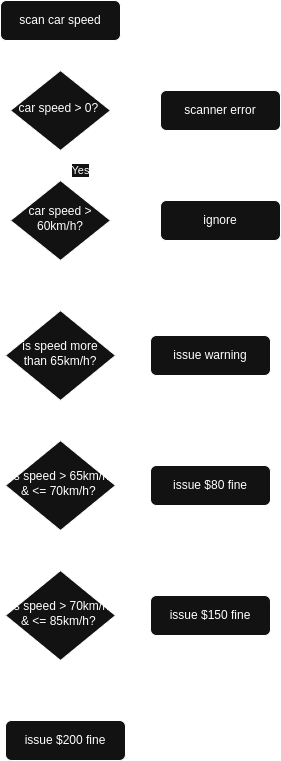
Above: lab4ex5.png in Chxshire22/FoundationsOfProg (draw.io), before the change. Source tidied: cells renumbered, new cells last; positions are measured from the earlier drawing's top-left corner, leaving out a move shared by most shapes.
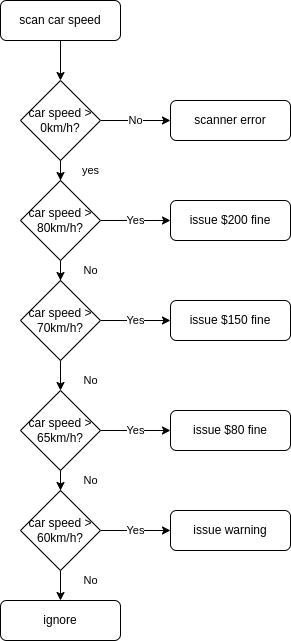
After the commit.

Diff of the diagram source:
```diff
@@ -2,99 +2,74 @@
   <root>
     <mxCell id="0" />
     <mxCell id="1" parent="0" />
+    <mxCell id="25" style="edgeStyle=orthogonalEdgeStyle;rounded=0;jettySize=auto;html=1;" parent="1" edge="1" source="2" target="28">
+      <mxGeometry relative="1" as="geometry" />
+    </mxCell>
     <mxCell id="2" value="scan car speed" style="rounded=1;whiteSpace=wrap;html=1;fontSize=12;glass=0;strokeWidth=1;shadow=0;" parent="1" vertex="1">
-      <mxGeometry width="120" height="40" as="geometry" />
+      <mxGeometry x="-10" y="10" width="120" height="40" as="geometry" />
     </mxCell>
-    <mxCell id="3" value="Yes" style="rounded=0;html=1;jettySize=auto;fontSize=11;endArrow=block;endFill=0;endSize=8;strokeWidth=1;shadow=0;labelBackgroundColor=none;edgeStyle=orthogonalEdgeStyle;" parent="1" edge="1" source="5" target="9">
-      <mxGeometry y="20" relative="1" as="geometry" />
-    </mxCell>
-    <mxCell id="4" value="No" style="edgeStyle=orthogonalEdgeStyle;rounded=0;html=1;jettySize=auto;fontSize=11;endArrow=block;endFill=0;endSize=8;strokeWidth=1;shadow=0;labelBackgroundColor=none;" parent="1" edge="1" target="6">
-      <mxGeometry y="10" relative="1" as="geometry">
-        <mxPoint x="110" y="220" as="sourcePoint" />
-      </mxGeometry>
-    </mxCell>
+    <mxCell id="6" value="ignore" style="rounded=1;whiteSpace=wrap;html=1;fontSize=12;glass=0;strokeWidth=1;shadow=0;" parent="1" vertex="1">
+      <mxGeometry x="-10" y="610" width="120" height="40" as="geometry" />
+    </mxCell>
+    <mxCell id="10" value="issue warning" style="rounded=1;whiteSpace=wrap;html=1;fontSize=12;glass=0;strokeWidth=1;shadow=0;" parent="1" vertex="1">
+      <mxGeometry x="160" y="520" width="120" height="40" as="geometry" />
+    </mxCell>
+    <mxCell id="13" value="issue $80 fine" style="rounded=1;whiteSpace=wrap;html=1;fontSize=12;glass=0;strokeWidth=1;shadow=0;" parent="1" vertex="1">
+      <mxGeometry x="160" y="420" width="120" height="40" as="geometry" />
+    </mxCell>
+    <mxCell id="17" value="issue $150 fine" style="rounded=1;whiteSpace=wrap;html=1;fontSize=12;glass=0;strokeWidth=1;shadow=0;" parent="1" vertex="1">
+      <mxGeometry x="160" y="310" width="120" height="40" as="geometry" />
+    </mxCell>
+    <mxCell id="19" value="issue $200 fine" style="rounded=1;whiteSpace=wrap;html=1;fontSize=12;glass=0;strokeWidth=1;shadow=0;" parent="1" vertex="1">
+      <mxGeometry x="160" y="210" width="120" height="40" as="geometry" />
+    </mxCell>
+    <mxCell id="24" value="scanner error" style="rounded=1;whiteSpace=wrap;html=1;fontSize=12;glass=0;strokeWidth=1;shadow=0;" parent="1" vertex="1">
+      <mxGeometry x="160" y="110" width="120" height="40" as="geometry" />
+    </mxCell>
+    <mxCell id="26" value="yes" style="edgeStyle=orthogonalEdgeStyle;rounded=0;jettySize=auto;html=1;" parent="1" edge="1" source="28" target="31">
+      <mxGeometry x="0.67" y="30" relative="1" as="geometry" />
+    </mxCell>
+    <mxCell id="27" value="No" style="edgeStyle=orthogonalEdgeStyle;rounded=0;jettySize=auto;html=1;" parent="1" edge="1" source="28" target="24">
+      <mxGeometry relative="1" as="geometry" />
+    </mxCell>
+    <mxCell id="28" value="car speed &amp;gt; 0km/h?" style="rhombus;whiteSpace=wrap;html=1;" parent="1" vertex="1">
+      <mxGeometry x="10" y="90" width="80" height="80" as="geometry" />
+    </mxCell>
+    <mxCell id="29" value="No" style="edgeStyle=orthogonalEdgeStyle;rounded=0;jettySize=auto;html=1;" parent="1" edge="1" source="31" target="34">
+      <mxGeometry x="0.67" y="30" relative="1" as="geometry" />
+    </mxCell>
+    <mxCell id="30" value="Yes" style="edgeStyle=orthogonalEdgeStyle;rounded=0;jettySize=auto;html=1;" parent="1" edge="1" source="31" target="19">
+      <mxGeometry relative="1" as="geometry" />
+    </mxCell>
+    <mxCell id="31" value="car speed &amp;gt; 80km/h?" style="rhombus;whiteSpace=wrap;html=1;" parent="1" vertex="1">
+      <mxGeometry x="10" y="190" width="80" height="80" as="geometry" />
+    </mxCell>
+    <mxCell id="32" value="No" style="edgeStyle=orthogonalEdgeStyle;rounded=0;jettySize=auto;html=1;" parent="1" edge="1" source="34" target="37">
+      <mxGeometry x="0.6" y="30" relative="1" as="geometry" />
+    </mxCell>
+    <mxCell id="33" value="Yes" style="edgeStyle=orthogonalEdgeStyle;rounded=0;jettySize=auto;html=1;" parent="1" edge="1" source="34" target="17">
+      <mxGeometry relative="1" as="geometry" />
+    </mxCell>
+    <mxCell id="34" value="car speed &amp;gt; 70km/h?" style="rhombus;whiteSpace=wrap;html=1;" parent="1" vertex="1">
+      <mxGeometry x="10" y="290" width="80" height="80" as="geometry" />
+    </mxCell>
+    <mxCell id="35" value="No" style="edgeStyle=orthogonalEdgeStyle;rounded=0;jettySize=auto;html=1;" parent="1" edge="1" source="37" target="5">
+      <mxGeometry x="0.67" y="30" relative="1" as="geometry" />
+    </mxCell>
+    <mxCell id="36" value="Yes" style="edgeStyle=orthogonalEdgeStyle;rounded=0;jettySize=auto;html=1;" parent="1" edge="1" source="37" target="13">
+      <mxGeometry relative="1" as="geometry" />
+    </mxCell>
+    <mxCell id="37" value="car speed &amp;gt; 65km/h?" style="rhombus;whiteSpace=wrap;html=1;" parent="1" vertex="1">
+      <mxGeometry x="10" y="400" width="80" height="80" as="geometry" />
+    </mxCell>
+    <mxCell id="38" value="No" style="edgeStyle=orthogonalEdgeStyle;rounded=0;jettySize=auto;html=1;" parent="1" edge="1" source="5" target="6">
+      <mxGeometry x="0.2" y="30" relative="1" as="geometry" />
+    </mxCell>
+    <mxCell id="39" value="Yes" style="edgeStyle=orthogonalEdgeStyle;rounded=0;jettySize=auto;html=1;" parent="1" edge="1" source="5" target="10">
+      <mxGeometry relative="1" as="geometry" />
+    </mxCell>
-    <mxCell id="5" value="car speed &amp;gt; 60km/h?" style="rhombus;whiteSpace=wrap;html=1;shadow=0;fontFamily=Helvetica;fontSize=12;align=center;strokeWidth=1;spacing=6;spacingTop=-4;" parent="1" vertex="1">
-      <mxGeometry x="10" y="180" width="100" height="80" as="geometry" />
+    <mxCell id="5" value="car speed &amp;gt; 60km/h?" style="rhombus;whiteSpace=wrap;html=1;" parent="1" vertex="1">
+      <mxGeometry x="10" y="500" width="80" height="80" as="geometry" />
     </mxCell>
-    <mxCell id="6" value="ignore" style="rounded=1;whiteSpace=wrap;html=1;fontSize=12;glass=0;strokeWidth=1;shadow=0;" parent="1" vertex="1">
-      <mxGeometry x="160" y="200" width="120" height="40" as="geometry" />
-    </mxCell>
-    <mxCell id="7" value="Yes" style="rounded=0;html=1;jettySize=auto;fontSize=11;endArrow=block;endFill=0;endSize=8;strokeWidth=1;shadow=0;labelBackgroundColor=none;edgeStyle=orthogonalEdgeStyle;entryX=0.5;entryY=0;entryDx=0;entryDy=0;" parent="1" edge="1" source="9" target="11">
-      <mxGeometry x="0.33" y="20" relative="1" as="geometry">
-        <Array as="points">
-          <mxPoint x="60" y="420" />
-          <mxPoint x="61" y="420" />
-        </Array>
-      </mxGeometry>
-    </mxCell>
-    <mxCell id="8" value="No" style="edgeStyle=orthogonalEdgeStyle;rounded=0;html=1;jettySize=auto;fontSize=11;endArrow=block;endFill=0;endSize=8;strokeWidth=1;shadow=0;labelBackgroundColor=none;" parent="1" edge="1" source="9" target="10">
-      <mxGeometry y="10" relative="1" as="geometry" />
-    </mxCell>
-    <mxCell id="9" value="is speed more than 65km/h?" style="rhombus;whiteSpace=wrap;html=1;shadow=0;fontFamily=Helvetica;fontSize=12;align=center;strokeWidth=1;spacing=6;spacingTop=-4;" parent="1" vertex="1">
-      <mxGeometry x="5" y="310" width="110" height="90" as="geometry" />
-    </mxCell>
-    <mxCell id="10" value="issue warning" style="rounded=1;whiteSpace=wrap;html=1;fontSize=12;glass=0;strokeWidth=1;shadow=0;" parent="1" vertex="1">
-      <mxGeometry x="150" y="335" width="120" height="40" as="geometry" />
-    </mxCell>
-    <mxCell id="11" value="is speed &amp;gt; 65km/h &amp;amp; &amp;lt;= 70km/h?&amp;nbsp;" style="rhombus;whiteSpace=wrap;html=1;shadow=0;fontFamily=Helvetica;fontSize=12;align=center;strokeWidth=1;spacing=6;spacingTop=-4;" parent="1" vertex="1">
-      <mxGeometry x="5" y="440" width="110" height="90" as="geometry" />
-    </mxCell>
-    <mxCell id="12" value="Yes" style="edgeStyle=orthogonalEdgeStyle;rounded=0;html=1;jettySize=auto;fontSize=11;endArrow=block;endFill=0;endSize=8;strokeWidth=1;shadow=0;labelBackgroundColor=none;" parent="1" edge="1" target="13">
-      <mxGeometry y="10" relative="1" as="geometry">
-        <mxPoint x="115" y="485" as="sourcePoint" />
-      </mxGeometry>
-    </mxCell>
-    <mxCell id="13" value="issue $80 fine" style="rounded=1;whiteSpace=wrap;html=1;fontSize=12;glass=0;strokeWidth=1;shadow=0;" parent="1" vertex="1">
-      <mxGeometry x="150" y="465" width="120" height="40" as="geometry" />
-    </mxCell>
-    <mxCell id="14" value="No" style="rounded=0;html=1;jettySize=auto;fontSize=11;endArrow=block;endFill=0;endSize=8;strokeWidth=1;shadow=0;labelBackgroundColor=none;edgeStyle=orthogonalEdgeStyle;entryX=0.5;entryY=0;entryDx=0;entryDy=0;exitX=0.5;exitY=1;exitDx=0;exitDy=0;" parent="1" edge="1" source="11" target="15">
-      <mxGeometry x="0.33" y="20" relative="1" as="geometry">
-        <Array as="points">
-          <mxPoint x="60" y="560" />
-          <mxPoint x="60" y="560" />
-        </Array>
-      </mxGeometry>
-    </mxCell>
-    <mxCell id="15" value="is speed &amp;gt; 70km/h &amp;amp; &amp;lt;= 85km/h?&amp;nbsp;" style="rhombus;whiteSpace=wrap;html=1;shadow=0;fontFamily=Helvetica;fontSize=12;align=center;strokeWidth=1;spacing=6;spacingTop=-4;" parent="1" vertex="1">
-      <mxGeometry x="5" y="570" width="110" height="90" as="geometry" />
-    </mxCell>
-    <mxCell id="16" value="Yes" style="edgeStyle=orthogonalEdgeStyle;rounded=0;html=1;jettySize=auto;fontSize=11;endArrow=block;endFill=0;endSize=8;strokeWidth=1;shadow=0;labelBackgroundColor=none;" parent="1" edge="1" target="17">
-      <mxGeometry y="10" relative="1" as="geometry">
-        <mxPoint x="115" y="615" as="sourcePoint" />
-      </mxGeometry>
-    </mxCell>
-    <mxCell id="17" value="issue $150 fine" style="rounded=1;whiteSpace=wrap;html=1;fontSize=12;glass=0;strokeWidth=1;shadow=0;" parent="1" vertex="1">
-      <mxGeometry x="150" y="595" width="120" height="40" as="geometry" />
-    </mxCell>
-    <mxCell id="18" value="No" style="rounded=0;html=1;jettySize=auto;orthogonalLoop=1;fontSize=11;endArrow=block;endFill=0;endSize=8;strokeWidth=1;shadow=0;labelBackgroundColor=none;edgeStyle=orthogonalEdgeStyle;" parent="1" edge="1">
-      <mxGeometry x="0.33" y="20" relative="1" as="geometry">
-        <mxPoint x="59.5" y="660" as="sourcePoint" />
-        <mxPoint x="60" y="720" as="targetPoint" />
-        <Array as="points">
-          <mxPoint x="59.5" y="680" />
-          <mxPoint x="60.5" y="680" />
-        </Array>
-      </mxGeometry>
-    </mxCell>
-    <mxCell id="19" value="issue $200 fine" style="rounded=1;whiteSpace=wrap;html=1;fontSize=12;glass=0;strokeWidth=1;shadow=0;" parent="1" vertex="1">
-      <mxGeometry x="5" y="720" width="120" height="40" as="geometry" />
-    </mxCell>
-    <mxCell id="20" style="rounded=0;html=1;jettySize=auto;fontSize=11;endArrow=block;endFill=0;endSize=8;strokeWidth=1;shadow=0;labelBackgroundColor=none;edgeStyle=orthogonalEdgeStyle;" parent="1" edge="1" source="2" target="22">
-      <mxGeometry relative="1" as="geometry" />
-    </mxCell>
-    <mxCell id="21" value="Yes" style="edgeStyle=orthogonalEdgeStyle;rounded=0;jettySize=auto;html=1;" parent="1" edge="1" source="22" target="5">
-      <mxGeometry x="0.6" y="20" relative="1" as="geometry" />
-    </mxCell>
-    <mxCell id="22" value="car speed &amp;gt; 0?&amp;nbsp;" style="rhombus;whiteSpace=wrap;html=1;shadow=0;fontFamily=Helvetica;fontSize=12;align=center;strokeWidth=1;spacing=6;spacingTop=-4;" parent="1" vertex="1">
-      <mxGeometry x="10" y="70" width="100" height="80" as="geometry" />
-    </mxCell>
-    <mxCell id="23" value="No" style="edgeStyle=orthogonalEdgeStyle;rounded=0;html=1;jettySize=auto;fontSize=11;endArrow=block;endFill=0;endSize=8;strokeWidth=1;shadow=0;labelBackgroundColor=none;" parent="1" edge="1" target="24">
-      <mxGeometry y="10" relative="1" as="geometry">
-        <mxPoint x="110" y="110" as="sourcePoint" />
-      </mxGeometry>
-    </mxCell>
-    <mxCell id="24" value="scanner error" style="rounded=1;whiteSpace=wrap;html=1;fontSize=12;glass=0;strokeWidth=1;shadow=0;" parent="1" vertex="1">
-      <mxGeometry x="160" y="90" width="120" height="40" as="geometry" />
-    </mxCell>
   </root>
 </mxGraphModel>
```
